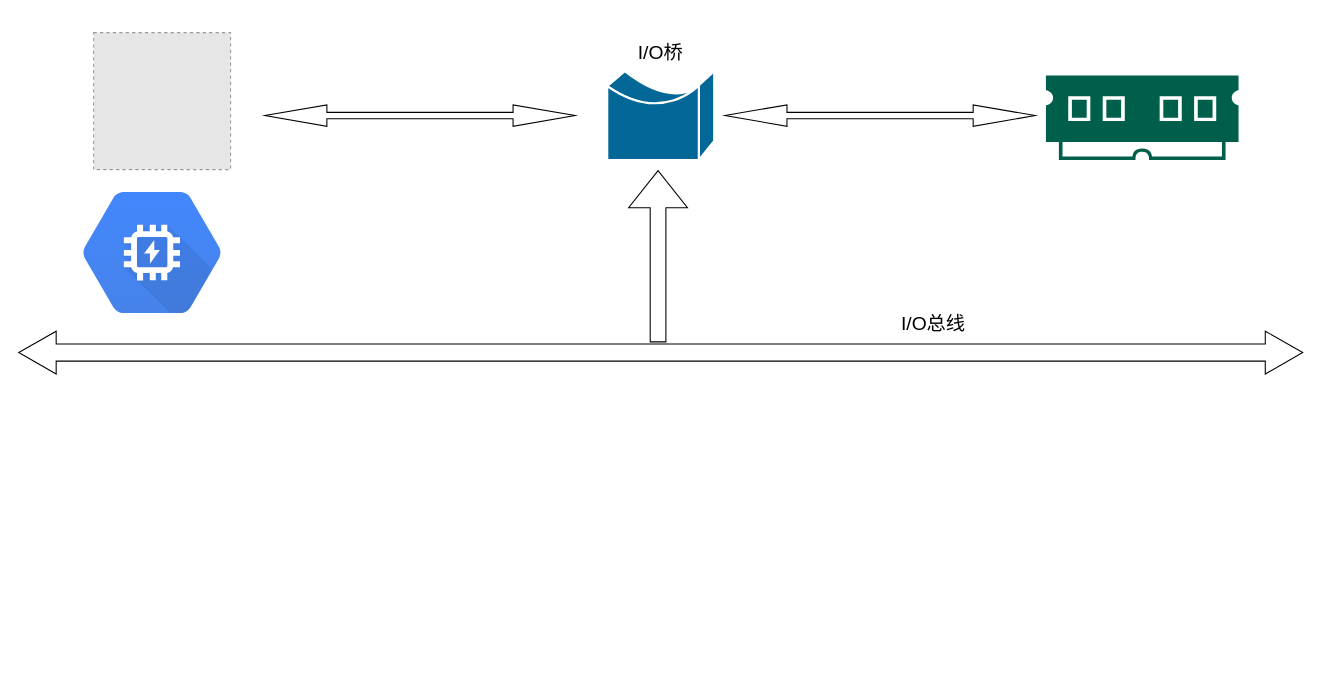
Earlier version of the draw.io diagram 未命名绘图.drawio (shengzhou1216/mindmap). Source tidied: cells renumbered, new cells numbered last; positions are measured from the earlier drawing's top-left corner, leaving out a move shared by most shapes. Both pictures are drawn from the tidied source at 107%, with x=0, y=0 at pixel (18, 32). Pictures stored in the file or linked from it are replaced by grey dashed boxes.
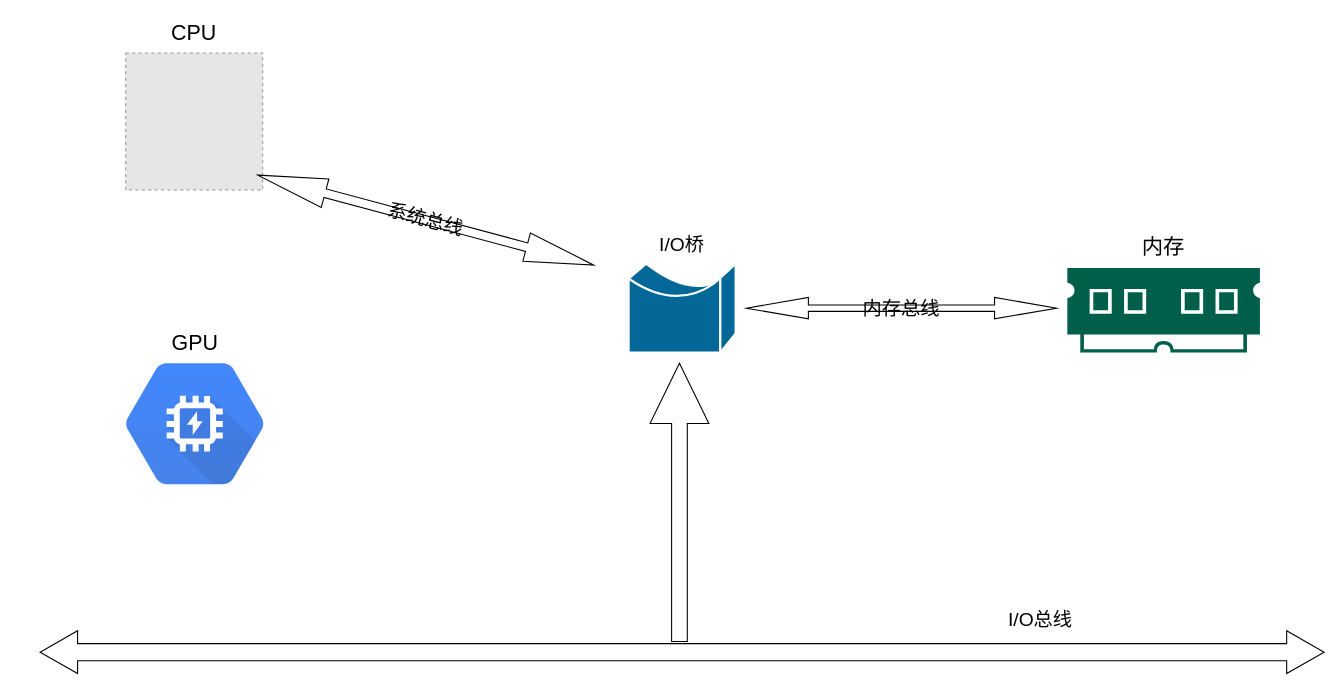
Above is the later version.

Commit message:
更新未命名绘图.drawio

Diff of the diagram source:
```diff
@@
 <mxGraphModel>
   <root>
     <mxCell id="0" />
     <mxCell id="1" parent="0" />
     <mxCell id="2" style="shape=mxgraph.gcp.compute.gpu;html=1;fillColor=#4387FD;gradientColor=#4683EA;strokeColor=none;verticalLabelPosition=bottom;verticalAlign=top;align=center;" parent="1" vertex="1">
-      <mxGeometry x="60" y="149" width="129" height="113" as="geometry" />
+      <mxGeometry x="100" y="309" width="129" height="113" as="geometry" />
     </mxCell>
     <mxCell id="3" style="fillColor=#E6E6E6;strokeColor=#999999;dashed=1;html=1;verticalAlign=top;verticalLabelPosition=bottom;labelBackgroundColor=#ffffff;" parent="1" vertex="1">
-      <mxGeometry x="70" width="128" height="128" as="geometry" />
+      <mxGeometry x="100" y="19" width="128" height="128" as="geometry" />
     </mxCell>
     <mxCell id="4" style="shadow=0;dashed=0;html=1;strokeColor=none;fillColor=#005F4B;labelPosition=center;verticalLabelPosition=bottom;verticalAlign=top;align=center;shape=mxgraph.veeam2.ram;" parent="1" vertex="1">
-      <mxGeometry x="960" y="40" width="180" height="79" as="geometry" />
+      <mxGeometry x="980" y="220" width="180" height="79" as="geometry" />
     </mxCell>
     <mxCell id="5" style="html=1;shadow=0;dashed=0;align=center;verticalAlign=middle;shape=mxgraph.arrows2.twoWayArrow;dy=0.6;dx=35;" parent="1" vertex="1">
-      <mxGeometry y="279" width="1200" height="40" as="geometry" />
+      <mxGeometry x="20" y="559" width="1200" height="40" as="geometry" />
     </mxCell>
     <mxCell id="6" value="I/O总线" style="text;html=1;strokeColor=none;fillColor=none;align=center;verticalAlign=middle;whiteSpace=wrap;rounded=0;fontSize=18;" parent="1" vertex="1">
-      <mxGeometry x="820" y="262" width="70" height="20" as="geometry" />
+      <mxGeometry x="920" y="539" width="70" height="20" as="geometry" />
     </mxCell>
     <mxCell id="7" style="shape=mxgraph.cisco.misc.bridge;html=1;dashed=0;fillColor=#036897;strokeColor=#ffffff;strokeWidth=2;verticalLabelPosition=bottom;verticalAlign=top;fontSize=18;" parent="1" vertex="1">
-      <mxGeometry x="550" y="36" width="100" height="83" as="geometry" />
+      <mxGeometry x="570" y="216" width="100" height="83" as="geometry" />
     </mxCell>
     <mxCell id="8" value="I/O桥" style="text;html=1;strokeColor=none;fillColor=none;align=center;verticalAlign=middle;whiteSpace=wrap;rounded=0;fontSize=18;" parent="1" vertex="1">
-      <mxGeometry x="565" y="9" width="70" height="20" as="geometry" />
+      <mxGeometry x="585" y="189" width="70" height="20" as="geometry" />
     </mxCell>
     <mxCell id="9" style="shape=singleArrow;direction=north;whiteSpace=wrap;html=1;fontSize=18;arrowWidth=0.26666666666666666;arrowSize=0.21666666666666667;" parent="1" vertex="1">
-      <mxGeometry x="570" y="129" width="55" height="160" as="geometry" />
+      <mxGeometry x="590" y="309" width="55" height="260" as="geometry" />
     </mxCell>
-    <mxCell id="10" style="shape=doubleArrow;whiteSpace=wrap;html=1;fontSize=18;" parent="1" vertex="1">
-      <mxGeometry x="230" y="67.5" width="290" height="20" as="geometry" />
+    <mxCell id="10" value="系统总线" style="shape=doubleArrow;whiteSpace=wrap;html=1;fontSize=18;rotation=15;" parent="1" vertex="1">
+      <mxGeometry x="218" y="161.5" width="325" height="27.5" as="geometry" />
     </mxCell>
-    <mxCell id="11" style="shape=doubleArrow;whiteSpace=wrap;html=1;fontSize=18;" parent="1" vertex="1">
-      <mxGeometry x="660" y="67.5" width="290" height="20" as="geometry" />
+    <mxCell id="11" value="内存总线" style="shape=doubleArrow;whiteSpace=wrap;html=1;fontSize=18;" parent="1" vertex="1">
+      <mxGeometry x="680" y="247.5" width="290" height="20" as="geometry" />
     </mxCell>
+    <mxCell id="12" value="内存" style="text;html=1;strokeColor=none;fillColor=none;align=center;verticalAlign=middle;whiteSpace=wrap;rounded=0;fontSize=20;" parent="1" vertex="1">
+      <mxGeometry x="1035" y="189" width="70" height="20" as="geometry" />
+    </mxCell>
+    <mxCell id="13" value="CPU" style="text;html=1;strokeColor=none;fillColor=none;align=center;verticalAlign=middle;whiteSpace=wrap;rounded=0;fontSize=20;" parent="1" vertex="1">
+      <mxGeometry x="129" y="-11" width="70" height="20" as="geometry" />
+    </mxCell>
+    <mxCell id="14" value="GPU" style="text;html=1;strokeColor=none;fillColor=none;align=center;verticalAlign=middle;whiteSpace=wrap;rounded=0;fontSize=20;" parent="1" vertex="1">
+      <mxGeometry x="130" y="279" width="70" height="20" as="geometry" />
+    </mxCell>
   </root>
 </mxGraphModel>
```
